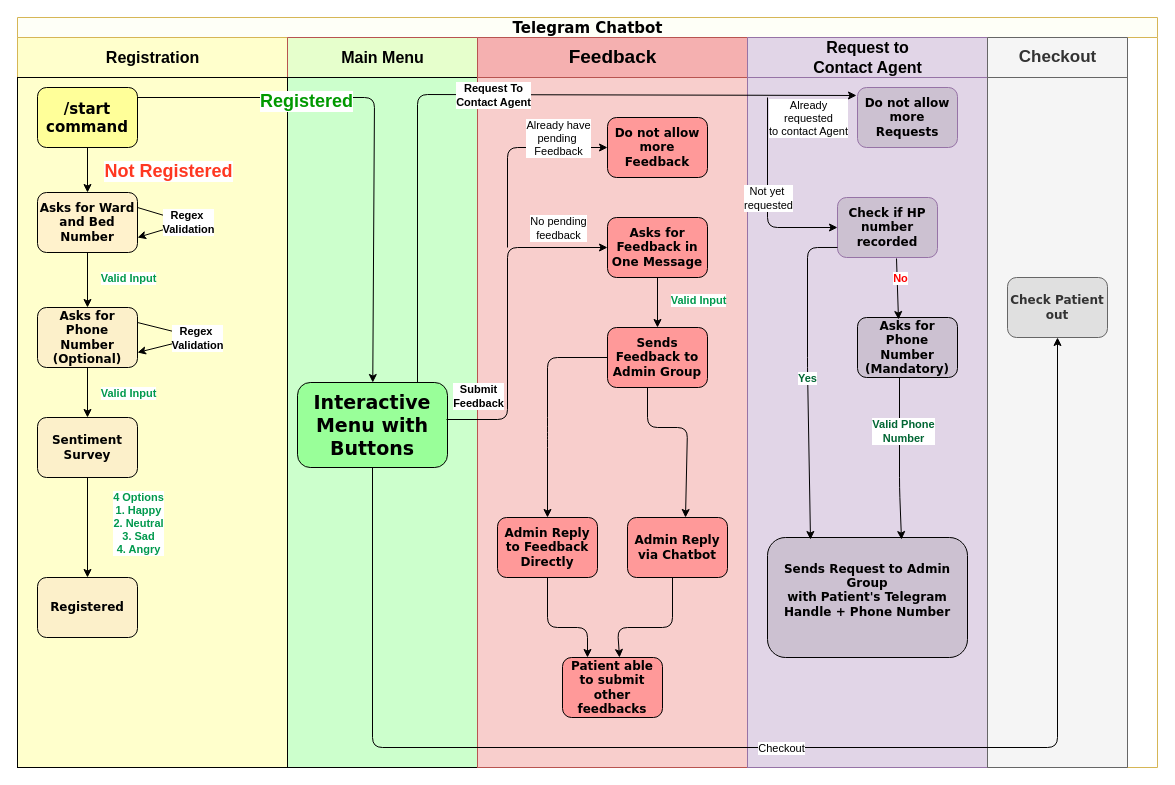
Jackimaru96/AI-Sudoku keeps this draw.io diagram as Untitled Diagram.drawio. Above is the earlier version. Source tidied: cells renumbered, new cells numbered last; positions are measured from the earlier drawing's top-left corner, leaving out a move shared by most shapes. Both pictures are drawn from the tidied source at 100%, with x=0, y=0 at pixel (17, 17).
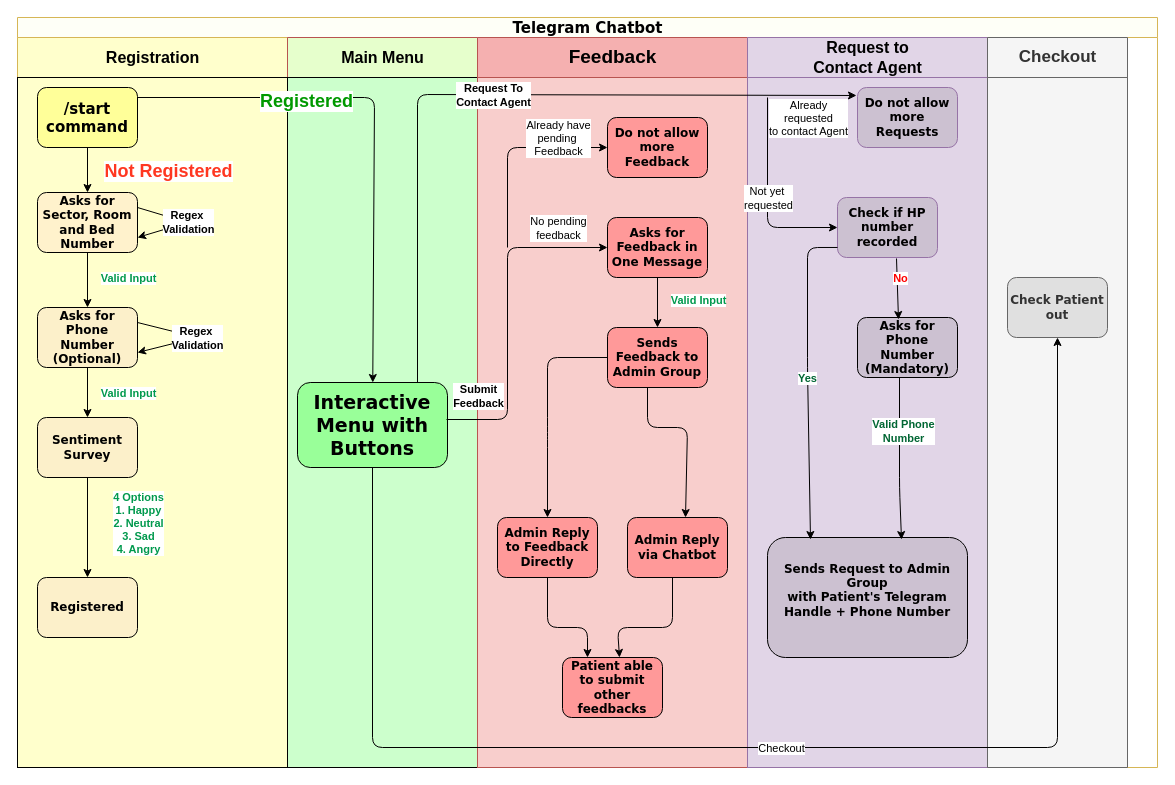
After the change.

Unchanged cells that the change refers to:
```xml
<mxCell id="4" value="&lt;font style=&quot;font-size: 16px&quot;&gt;Registration&lt;/font&gt;" style="swimlane;html=1;startSize=40;strokeColor=#d6b656;fillColor=#FFFFCC;" parent="3" vertex="1">
  <mxGeometry y="20" width="270" height="730" as="geometry" />
</mxCell>
```

Change to the diagram source:
```diff
@@
-    <mxCell id="12" value="&lt;font style=&quot;font-size: 12px&quot;&gt;&lt;b&gt;Asks for Ward and Bed Number&lt;/b&gt;&lt;/font&gt;" style="rounded=1;whiteSpace=wrap;html=1;shadow=0;labelBackgroundColor=none;strokeWidth=1;fontFamily=Verdana;fontSize=8;align=center;fillColor=#FFF2CC;" parent="4" vertex="1">
+    <mxCell id="12" value="&lt;font style=&quot;font-size: 12px&quot;&gt;&lt;b&gt;Asks for Sector, Room and Bed Number&lt;/b&gt;&lt;/font&gt;" style="rounded=1;whiteSpace=wrap;html=1;shadow=0;labelBackgroundColor=none;strokeWidth=1;fontFamily=Verdana;fontSize=8;align=center;fillColor=#FFF2CC;" parent="4" vertex="1">
       <mxGeometry x="20" y="155" width="100" height="60" as="geometry" />
     </mxCell>
```
